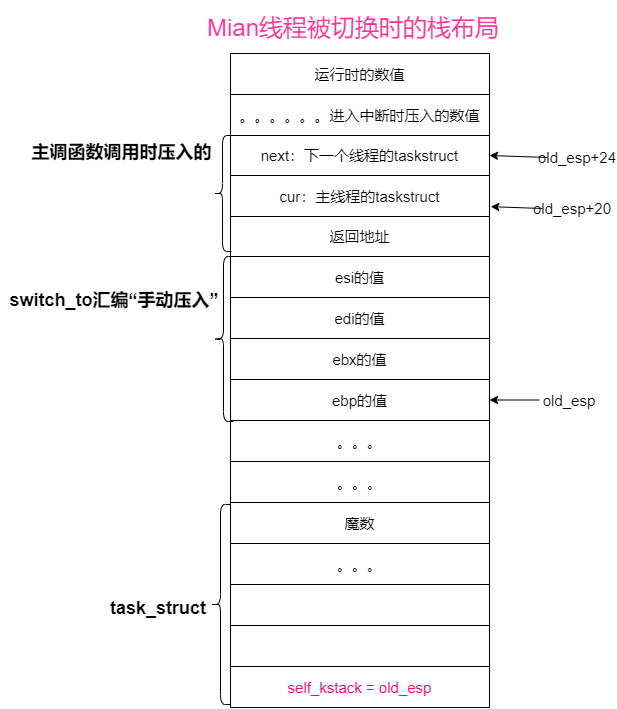
SixPlusAndTimes/drawio keeps this draw.io diagram as OS/多线程调度.drawio.png. Above is the earlier version. Source tidied: cells renumbered, new cells last; positions are measured from the earlier drawing's top-left corner, leaving out a move shared by most shapes.
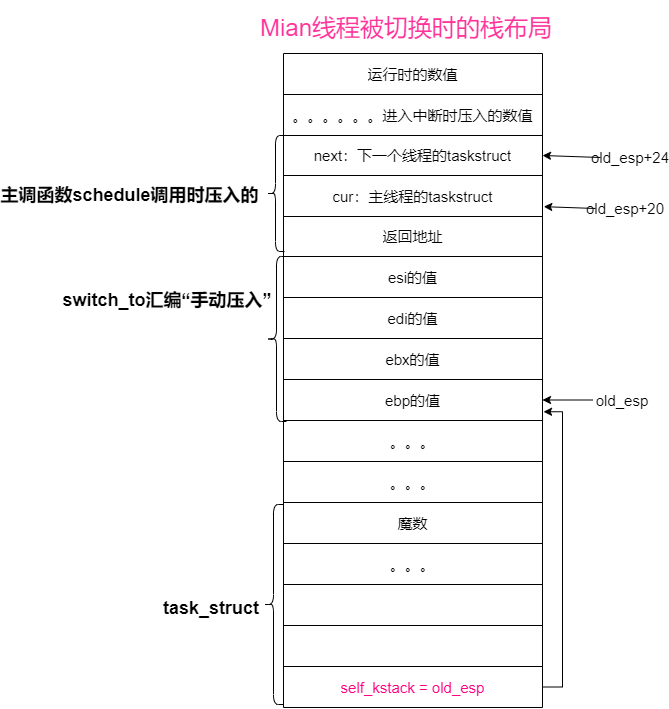
Above is the later version.

Commit message:
Update 多线程调度.drawio.png

The edit, as a diff of the source:
```diff
@@ -95,6 +95,9 @@
     <mxCell id="32" style="shape=partialRectangle;html=1;whiteSpace=wrap;overflow=hidden;fillColor=none;top=0;left=0;bottom=0;right=0;fontSize=15;" parent="31" vertex="1">
       <mxGeometry width="259" height="41" as="geometry" />
     </mxCell>
+    <mxCell id="48" style="edgeStyle=orthogonalEdgeStyle;rounded=0;jettySize=auto;html=1;exitX=1;exitY=0.5;exitDx=0;exitDy=0;entryX=1.004;entryY=0.787;entryDx=0;entryDy=0;entryPerimeter=0;fontSize=15;fontColor=#FF3399;" parent="2" edge="1" source="33" target="19">
+      <mxGeometry relative="1" as="geometry" />
+    </mxCell>
     <mxCell id="33" style="shape=tableRow;horizontal=0;startSize=0;swimlaneHead=0;swimlaneBody=0;top=0;left=0;bottom=0;right=0;fillColor=none;points=[[0,0.5],[1,0.5]];portConstraint=eastwest;fontSize=15;" parent="2" vertex="1">
       <mxGeometry y="613" width="259" height="41" as="geometry" />
     </mxCell>
@@ -122,8 +125,8 @@
     <mxCell id="41" style="shape=curlyBracket;whiteSpace=wrap;html=1;rounded=1;size=0.5;" parent="1" vertex="1">
       <mxGeometry x="154" y="135" width="18" height="116" as="geometry" />
     </mxCell>
-    <mxCell id="42" value="&lt;font style=&quot;font-size: 18px;&quot;&gt;主调函数调用时压入的&lt;/font&gt;" style="text;strokeColor=none;fillColor=none;html=1;fontSize=24;fontStyle=1;verticalAlign=middle;align=center;" parent="1" vertex="1">
-      <mxGeometry x="12" y="130" width="100" height="40" as="geometry" />
+    <mxCell id="42" value="&lt;font style=&quot;font-size: 18px;&quot;&gt;主调函数schedule调用时压入的&lt;/font&gt;" style="text;strokeColor=none;fillColor=none;html=1;fontSize=24;fontStyle=1;verticalAlign=middle;align=center;" parent="1" vertex="1">
+      <mxGeometry x="-33" y="173" width="100" height="40" as="geometry" />
     </mxCell>
     <mxCell id="43" style="shape=curlyBracket;whiteSpace=wrap;html=1;rounded=1;fontSize=18;" parent="1" vertex="1">
       <mxGeometry x="154" y="256" width="20" height="165" as="geometry" />
```
